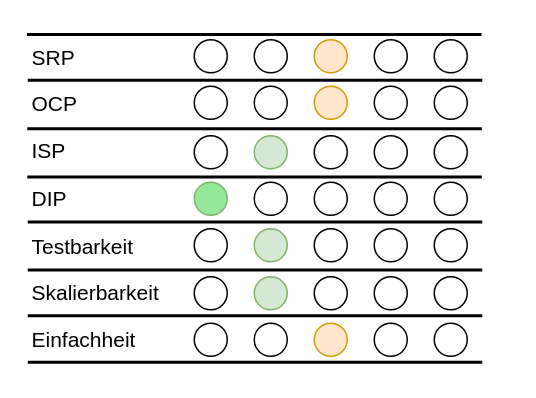
The draw.io diagram tex/img/HexagonaleArchitekturBewertung.drawio in xThale/Seminararbeit, before the edit. Source tidied: cells renumbered, new cells numbered last; positions are measured from the earlier drawing's top-left corner, leaving out a move shared by most shapes. Both pictures are drawn from the tidied source at 150%, with x=0, y=0 at pixel (28, -194).
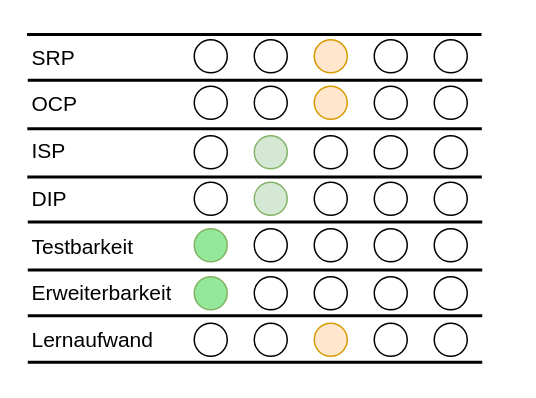
Above is the later version.

Unchanged cells that the change refers to:
```xml
<mxCell id="18" style="shape=partialRectangle;html=1;whiteSpace=wrap;fillColor=none;top=0;left=0;bottom=0;right=0;fontSize=22;" parent="2" vertex="1">
  <mxGeometry y="158" width="320" height="30" as="geometry" />
</mxCell>
<mxCell id="21" style="shape=partialRectangle;html=1;whiteSpace=wrap;fillColor=none;top=0;left=0;bottom=0;right=0;fontSize=22;" parent="2" vertex="1">
  <mxGeometry y="188" width="320" height="32" as="geometry" />
</mxCell>
```

The edit, as a diff of the source:
```diff
@@
-    <mxCell id="19" value="Skalierbarkeit" style="shape=partialRectangle;html=1;whiteSpace=wrap;fillColor=none;top=0;left=0;bottom=0;right=0;overflow=hidden;fontSize=14;align=left;" parent="18" vertex="1">
+    <mxCell id="19" value="Erweiterbarkeit" style="shape=partialRectangle;html=1;whiteSpace=wrap;fillColor=none;top=0;left=0;bottom=0;right=0;overflow=hidden;fontSize=14;align=left;" parent="18" vertex="1">
       <mxGeometry width="100" height="30" as="geometry" />
     </mxCell>
@@
-    <mxCell id="22" value="Einfachheit" style="shape=partialRectangle;html=1;whiteSpace=wrap;fillColor=none;top=0;left=0;bottom=0;right=0;overflow=hidden;fontSize=14;align=left;" parent="21" vertex="1">
+    <mxCell id="22" value="Lernaufwand" style="shape=partialRectangle;html=1;whiteSpace=wrap;fillColor=none;top=0;left=0;bottom=0;right=0;overflow=hidden;fontSize=14;align=left;" parent="21" vertex="1">
       <mxGeometry width="100" height="32" as="geometry" />
     </mxCell>
@@
-    <mxCell id="41" style="ellipse;whiteSpace=wrap;html=1;fontSize=22;align=left;fillColor=none;" parent="1" vertex="1">
-      <mxGeometry x="150" y="250" width="22" height="22" as="geometry" />
-    </mxCell>
@@
-    <mxCell id="43" style="ellipse;whiteSpace=wrap;html=1;fontSize=22;align=left;fillColor=#94E89A;strokeColor=#82b366;" parent="1" vertex="1">
-      <mxGeometry x="110" y="250" width="22" height="22" as="geometry" />
-    </mxCell>
@@
-    <mxCell id="46" style="ellipse;whiteSpace=wrap;html=1;fontSize=22;align=left;fillColor=#d5e8d4;strokeColor=#82b366;" parent="1" vertex="1">
-      <mxGeometry x="150" y="281" width="22" height="22" as="geometry" />
-    </mxCell>
@@
-    <mxCell id="48" style="ellipse;whiteSpace=wrap;html=1;fontSize=22;align=left;fillColor=none;" parent="1" vertex="1">
-      <mxGeometry x="110" y="281" width="22" height="22" as="geometry" />
-    </mxCell>
@@
-    <mxCell id="51" style="ellipse;whiteSpace=wrap;html=1;fontSize=22;align=left;fillColor=#d5e8d4;strokeColor=#82b366;" parent="1" vertex="1">
-      <mxGeometry x="150" y="313" width="22" height="22" as="geometry" />
-    </mxCell>
@@
-    <mxCell id="53" style="ellipse;whiteSpace=wrap;html=1;fontSize=22;align=left;fillColor=none;" parent="1" vertex="1">
-      <mxGeometry x="110" y="313" width="22" height="22" as="geometry" />
-    </mxCell>
@@
+    <mxCell id="67" style="ellipse;whiteSpace=wrap;html=1;fontSize=22;align=left;fillColor=#d5e8d4;strokeColor=#82b366;" parent="1" vertex="1">
+      <mxGeometry x="150" y="250" width="22" height="22" as="geometry" />
+    </mxCell>
+    <mxCell id="68" style="ellipse;whiteSpace=wrap;html=1;fontSize=22;align=left;fillColor=#94E89A;strokeColor=#82b366;" parent="1" vertex="1">
+      <mxGeometry x="110" y="281" width="22" height="22" as="geometry" />
+    </mxCell>
+    <mxCell id="69" style="ellipse;whiteSpace=wrap;html=1;fontSize=22;align=left;fillColor=#94E89A;strokeColor=#82b366;" parent="1" vertex="1">
+      <mxGeometry x="110" y="313" width="22" height="22" as="geometry" />
+    </mxCell>
+    <mxCell id="70" style="ellipse;whiteSpace=wrap;html=1;fontSize=22;align=left;fillColor=none;" parent="1" vertex="1">
+      <mxGeometry x="150" y="313" width="22" height="22" as="geometry" />
+    </mxCell>
+    <mxCell id="71" style="ellipse;whiteSpace=wrap;html=1;fontSize=22;align=left;fillColor=none;" parent="1" vertex="1">
+      <mxGeometry x="150" y="281" width="22" height="22" as="geometry" />
+    </mxCell>
+    <mxCell id="72" style="ellipse;whiteSpace=wrap;html=1;fontSize=22;align=left;fillColor=none;" parent="1" vertex="1">
+      <mxGeometry x="110" y="250" width="22" height="22" as="geometry" />
+    </mxCell>
```
